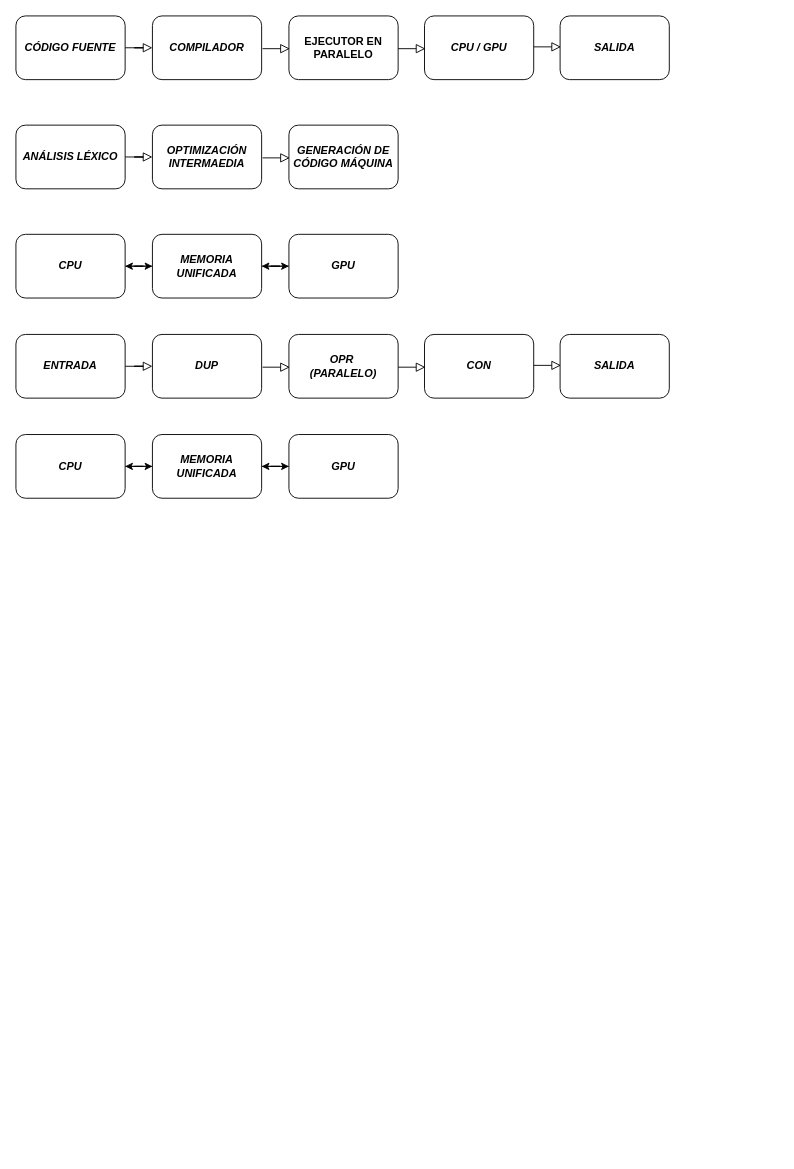
Before: Diagrama 1: Flujo de Datos en la Arquitectura.drawio in mvespin1/DIAGRAMAS_TESIS, a draw.io diagram. Source tidied: cells renumbered, new cells numbered last; positions are measured from the earlier drawing's top-left corner, leaving out a move shared by most shapes. Both pictures are drawn from the tidied source at 91%, with x=0, y=0 at pixel (15, 15).
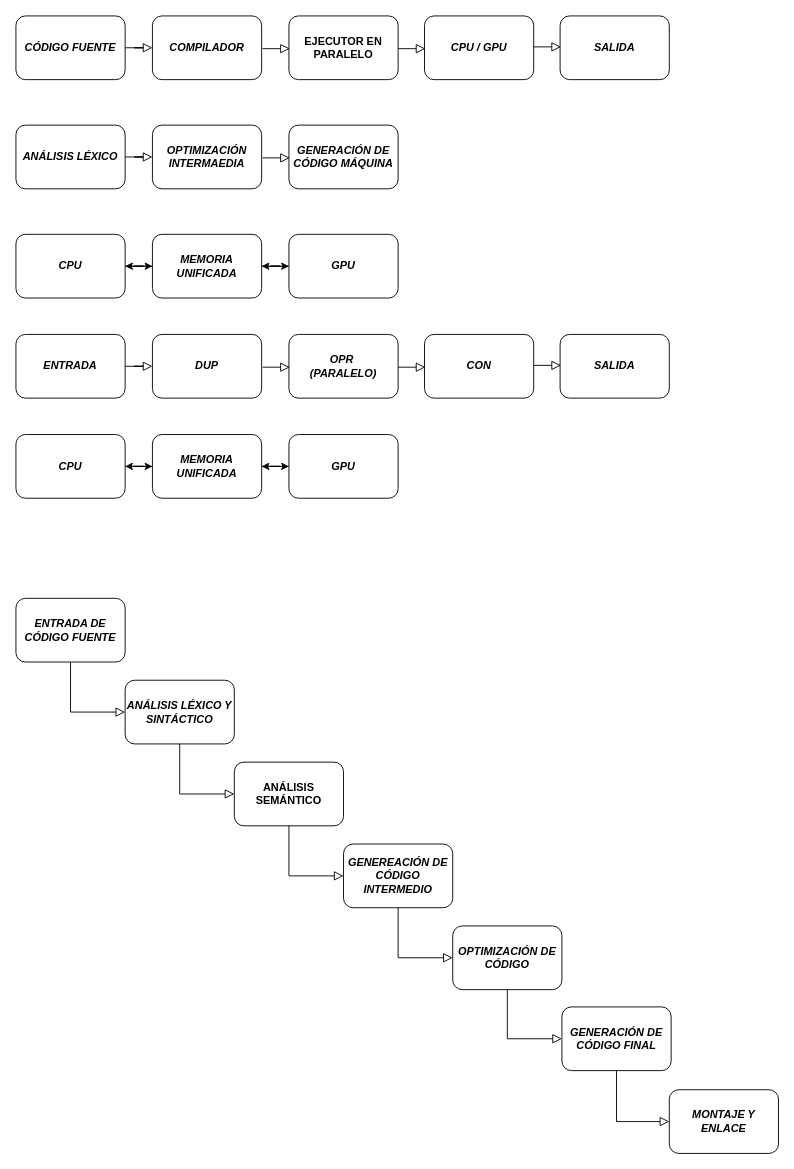
The same diagram, later.

Diff of the diagram source:
```diff
@@
+    <mxCell id="39" style="rounded=0;html=1;jettySize=auto;fontSize=11;endArrow=block;endFill=0;endSize=8;strokeWidth=1;shadow=0;labelBackgroundColor=none;edgeStyle=orthogonalEdgeStyle;entryX=0;entryY=0.5;entryDx=0;entryDy=0;" parent="1" edge="1" source="40" target="41">
+      <mxGeometry relative="1" as="geometry" />
+    </mxCell>
+    <mxCell id="40" value="&lt;b&gt;&lt;i&gt;ENTRADA DE CÓDIGO FUENTE&lt;/i&gt;&lt;/b&gt;" style="rounded=1;whiteSpace=wrap;html=1;fontSize=12;glass=0;strokeWidth=1;shadow=0;" parent="1" vertex="1">
+      <mxGeometry y="640" width="120" height="70" as="geometry" />
+    </mxCell>
+    <mxCell id="41" value="&lt;b&gt;&lt;i&gt;ANÁLISIS LÉXICO Y SINTÁCTICO&lt;/i&gt;&lt;/b&gt;" style="rounded=1;whiteSpace=wrap;html=1;fontSize=12;glass=0;strokeWidth=1;shadow=0;" parent="1" vertex="1">
+      <mxGeometry x="120" y="730" width="120" height="70" as="geometry" />
+    </mxCell>
+    <mxCell id="42" value="&lt;b&gt;ANÁLISIS SEMÁNTICO&lt;/b&gt;" style="rounded=1;whiteSpace=wrap;html=1;fontSize=12;glass=0;strokeWidth=1;shadow=0;" parent="1" vertex="1">
+      <mxGeometry x="240" y="820" width="120" height="70" as="geometry" />
+    </mxCell>
+    <mxCell id="43" style="rounded=0;html=1;jettySize=auto;fontSize=11;endArrow=block;endFill=0;endSize=8;strokeWidth=1;shadow=0;labelBackgroundColor=none;edgeStyle=orthogonalEdgeStyle;entryX=0;entryY=0.5;entryDx=0;entryDy=0;exitX=0.5;exitY=1;exitDx=0;exitDy=0;" parent="1" edge="1" source="41" target="42">
+      <mxGeometry relative="1" as="geometry" />
+    </mxCell>
+    <mxCell id="44" value="&lt;b&gt;&lt;i&gt;GENEREACIÓN DE CÓDIGO INTERMEDIO&lt;/i&gt;&lt;/b&gt;" style="rounded=1;whiteSpace=wrap;html=1;fontSize=12;glass=0;strokeWidth=1;shadow=0;" parent="1" vertex="1">
+      <mxGeometry x="360" y="910" width="120" height="70" as="geometry" />
+    </mxCell>
+    <mxCell id="45" style="rounded=0;html=1;jettySize=auto;fontSize=11;endArrow=block;endFill=0;endSize=8;strokeWidth=1;shadow=0;labelBackgroundColor=none;edgeStyle=orthogonalEdgeStyle;entryX=0;entryY=0.5;entryDx=0;entryDy=0;exitX=0.5;exitY=1;exitDx=0;exitDy=0;" parent="1" edge="1" source="42" target="44">
+      <mxGeometry relative="1" as="geometry" />
+    </mxCell>
+    <mxCell id="46" value="&lt;i&gt;&lt;b&gt;OPTIMIZACIÓN DE CÓDIGO&lt;/b&gt;&lt;/i&gt;" style="rounded=1;whiteSpace=wrap;html=1;fontSize=12;glass=0;strokeWidth=1;shadow=0;" parent="1" vertex="1">
+      <mxGeometry x="480" y="1000" width="120" height="70" as="geometry" />
+    </mxCell>
+    <mxCell id="47" style="rounded=0;html=1;jettySize=auto;fontSize=11;endArrow=block;endFill=0;endSize=8;strokeWidth=1;shadow=0;labelBackgroundColor=none;edgeStyle=orthogonalEdgeStyle;entryX=0;entryY=0.5;entryDx=0;entryDy=0;exitX=0.5;exitY=1;exitDx=0;exitDy=0;" parent="1" edge="1" source="44" target="46">
+      <mxGeometry relative="1" as="geometry" />
+    </mxCell>
+    <mxCell id="48" value="&lt;i&gt;&lt;b&gt;GENERACIÓN DE CÓDIGO FINAL&lt;/b&gt;&lt;/i&gt;" style="rounded=1;whiteSpace=wrap;html=1;fontSize=12;glass=0;strokeWidth=1;shadow=0;" parent="1" vertex="1">
+      <mxGeometry x="600" y="1089" width="120" height="70" as="geometry" />
+    </mxCell>
+    <mxCell id="49" style="rounded=0;html=1;jettySize=auto;fontSize=11;endArrow=block;endFill=0;endSize=8;strokeWidth=1;shadow=0;labelBackgroundColor=none;edgeStyle=orthogonalEdgeStyle;entryX=0;entryY=0.5;entryDx=0;entryDy=0;exitX=0.5;exitY=1;exitDx=0;exitDy=0;" parent="1" edge="1" source="46" target="48">
+      <mxGeometry relative="1" as="geometry" />
+    </mxCell>
+    <mxCell id="50" value="&lt;i&gt;&lt;b&gt;MONTAJE Y ENLACE&lt;/b&gt;&lt;/i&gt;" style="rounded=1;whiteSpace=wrap;html=1;fontSize=12;glass=0;strokeWidth=1;shadow=0;" parent="1" vertex="1">
+      <mxGeometry x="718" y="1180" width="120" height="70" as="geometry" />
+    </mxCell>
+    <mxCell id="51" style="rounded=0;html=1;jettySize=auto;fontSize=11;endArrow=block;endFill=0;endSize=8;strokeWidth=1;shadow=0;labelBackgroundColor=none;edgeStyle=orthogonalEdgeStyle;entryX=0;entryY=0.5;entryDx=0;entryDy=0;exitX=0.5;exitY=1;exitDx=0;exitDy=0;" parent="1" edge="1" source="48" target="50">
+      <mxGeometry relative="1" as="geometry" />
+    </mxCell>
```
